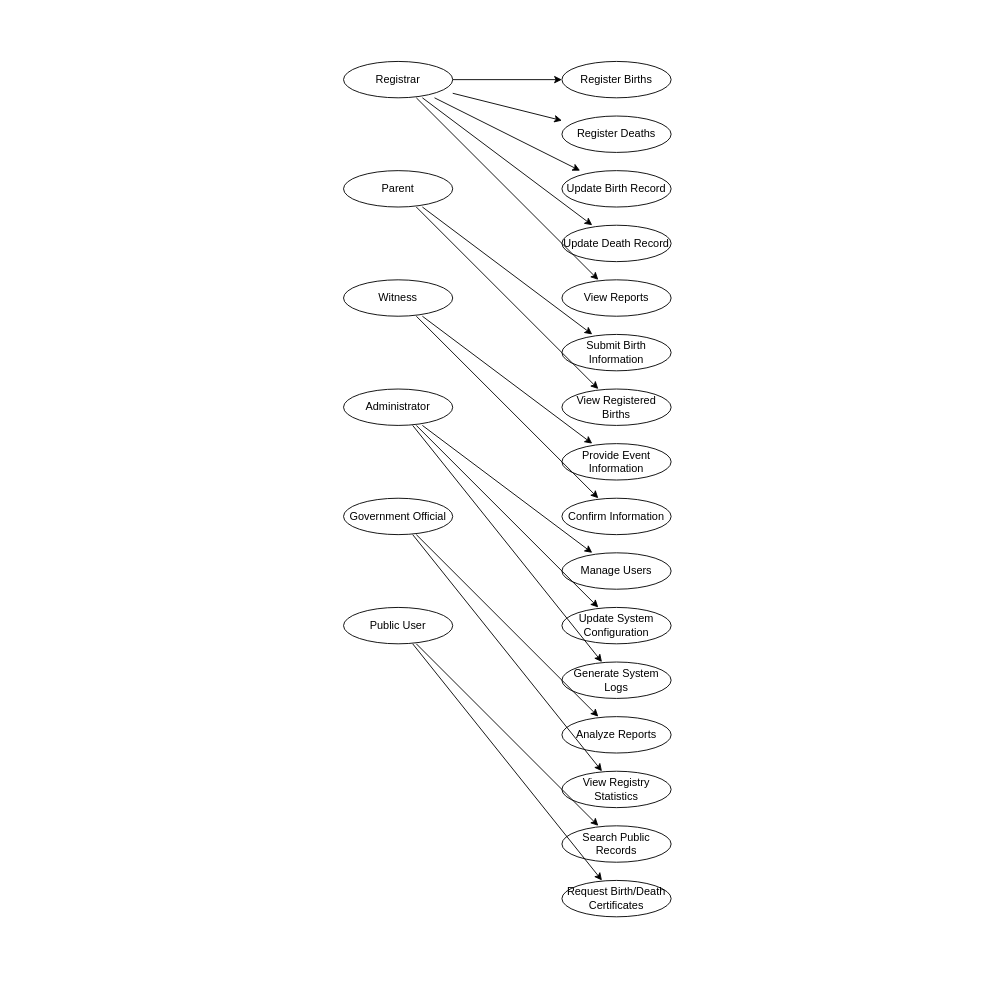
brabentil/database_diagrams keeps this draw.io diagram as DBRegistryUseCaseDiagram.drawio. Above is the earlier version. Source tidied: cells renumbered, new cells numbered last; positions are measured from the earlier drawing's top-left corner, leaving out a move shared by most shapes. Both pictures are drawn from the tidied source at 91%, with x=0, y=0 at pixel (343, 61).
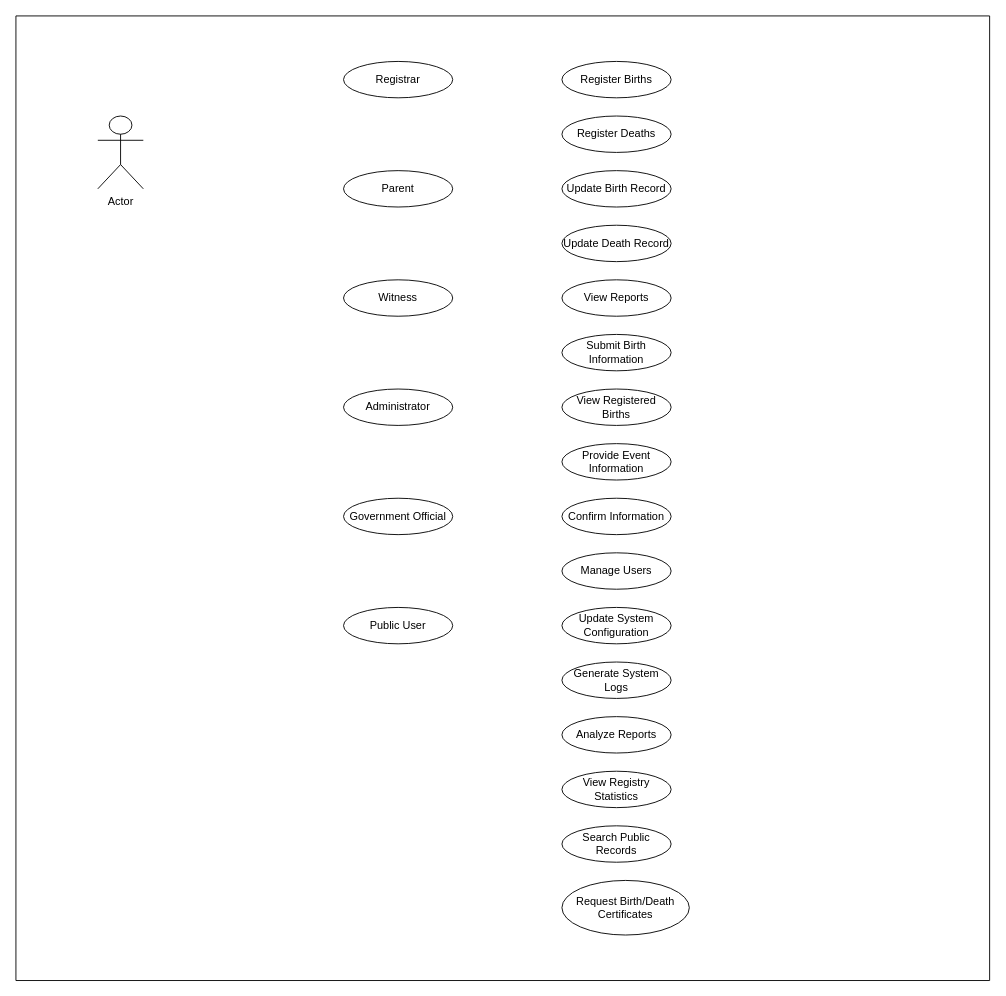
The same page after the edit.

The change refers to these unchanged cells:
```xml
<mxCell id="2" value="Registrar" style="shape=ellipse;whiteSpace=wrap;html=1;" parent="1" vertex="1">
  <mxGeometry width="120" height="40" as="geometry" />
</mxCell>
<mxCell id="3" value="Parent" style="shape=ellipse;whiteSpace=wrap;html=1;" parent="1" vertex="1">
  <mxGeometry y="120" width="120" height="40" as="geometry" />
</mxCell>
<mxCell id="4" value="Witness" style="shape=ellipse;whiteSpace=wrap;html=1;" parent="1" vertex="1">
  <mxGeometry y="240" width="120" height="40" as="geometry" />
</mxCell>
<mxCell id="5" value="Administrator" style="shape=ellipse;whiteSpace=wrap;html=1;" parent="1" vertex="1">
  <mxGeometry y="360" width="120" height="40" as="geometry" />
</mxCell>
<mxCell id="6" value="Government Official" style="shape=ellipse;whiteSpace=wrap;html=1;" parent="1" vertex="1">
  <mxGeometry y="480" width="120" height="40" as="geometry" />
</mxCell>
<mxCell id="7" value="Public User" style="shape=ellipse;whiteSpace=wrap;html=1;" parent="1" vertex="1">
  <mxGeometry y="600" width="120" height="40" as="geometry" />
</mxCell>
<mxCell id="8" value="Register Births" style="shape=ellipse;whiteSpace=wrap;html=1;" parent="1" vertex="1">
  <mxGeometry x="240" width="120" height="40" as="geometry" />
</mxCell>
<mxCell id="9" value="Register Deaths" style="shape=ellipse;whiteSpace=wrap;html=1;" parent="1" vertex="1">
  <mxGeometry x="240" y="60" width="120" height="40" as="geometry" />
</mxCell>
<mxCell id="10" value="Update Birth Record" style="shape=ellipse;whiteSpace=wrap;html=1;" parent="1" vertex="1">
  <mxGeometry x="240" y="120" width="120" height="40" as="geometry" />
</mxCell>
<mxCell id="11" value="Update Death Record" style="shape=ellipse;whiteSpace=wrap;html=1;" parent="1" vertex="1">
  <mxGeometry x="240" y="180" width="120" height="40" as="geometry" />
</mxCell>
<mxCell id="12" value="View Reports" style="shape=ellipse;whiteSpace=wrap;html=1;" parent="1" vertex="1">
  <mxGeometry x="240" y="240" width="120" height="40" as="geometry" />
</mxCell>
<mxCell id="13" value="Submit Birth Information" style="shape=ellipse;whiteSpace=wrap;html=1;" parent="1" vertex="1">
  <mxGeometry x="240" y="300" width="120" height="40" as="geometry" />
</mxCell>
<mxCell id="14" value="View Registered Births" style="shape=ellipse;whiteSpace=wrap;html=1;" parent="1" vertex="1">
  <mxGeometry x="240" y="360" width="120" height="40" as="geometry" />
</mxCell>
<mxCell id="15" value="Provide Event Information" style="shape=ellipse;whiteSpace=wrap;html=1;" parent="1" vertex="1">
  <mxGeometry x="240" y="420" width="120" height="40" as="geometry" />
</mxCell>
<mxCell id="16" value="Confirm Information" style="shape=ellipse;whiteSpace=wrap;html=1;" parent="1" vertex="1">
  <mxGeometry x="240" y="480" width="120" height="40" as="geometry" />
</mxCell>
<mxCell id="17" value="Manage Users" style="shape=ellipse;whiteSpace=wrap;html=1;" parent="1" vertex="1">
  <mxGeometry x="240" y="540" width="120" height="40" as="geometry" />
</mxCell>
<mxCell id="18" value="Update System Configuration" style="shape=ellipse;whiteSpace=wrap;html=1;" parent="1" vertex="1">
  <mxGeometry x="240" y="600" width="120" height="40" as="geometry" />
</mxCell>
<mxCell id="19" value="Generate System Logs" style="shape=ellipse;whiteSpace=wrap;html=1;" parent="1" vertex="1">
  <mxGeometry x="240" y="660" width="120" height="40" as="geometry" />
</mxCell>
<mxCell id="20" value="Analyze Reports" style="shape=ellipse;whiteSpace=wrap;html=1;" parent="1" vertex="1">
  <mxGeometry x="240" y="720" width="120" height="40" as="geometry" />
</mxCell>
<mxCell id="21" value="View Registry Statistics" style="shape=ellipse;whiteSpace=wrap;html=1;" parent="1" vertex="1">
  <mxGeometry x="240" y="780" width="120" height="40" as="geometry" />
</mxCell>
<mxCell id="22" value="Search Public Records" style="shape=ellipse;whiteSpace=wrap;html=1;" parent="1" vertex="1">
  <mxGeometry x="240" y="840" width="120" height="40" as="geometry" />
</mxCell>
```

Change to the diagram source:
```diff
@@
     <mxCell id="23" value="Request Birth/Death Certificates" style="shape=ellipse;whiteSpace=wrap;html=1;" parent="1" vertex="1">
-      <mxGeometry x="240" y="900" width="120" height="40" as="geometry" />
+      <mxGeometry x="240" y="900" width="140" height="60" as="geometry" />
     </mxCell>
-    <mxCell id="24" parent="1" edge="1" source="2" target="8">
-      <mxGeometry relative="1" as="geometry" />
-    </mxCell>
-    <mxCell id="25" parent="1" edge="1" source="2" target="9">
-      <mxGeometry relative="1" as="geometry" />
-    </mxCell>
-    <mxCell id="26" parent="1" edge="1" source="2" target="10">
-      <mxGeometry relative="1" as="geometry" />
-    </mxCell>
-    <mxCell id="27" parent="1" edge="1" source="2" target="11">
-      <mxGeometry relative="1" as="geometry" />
-    </mxCell>
-    <mxCell id="28" parent="1" edge="1" source="2" target="12">
-      <mxGeometry relative="1" as="geometry" />
-    </mxCell>
-    <mxCell id="29" parent="1" edge="1" source="3" target="13">
-      <mxGeometry relative="1" as="geometry" />
-    </mxCell>
-    <mxCell id="30" parent="1" edge="1" source="3" target="14">
-      <mxGeometry relative="1" as="geometry" />
-    </mxCell>
-    <mxCell id="31" parent="1" edge="1" source="4" target="15">
-      <mxGeometry relative="1" as="geometry" />
-    </mxCell>
-    <mxCell id="32" parent="1" edge="1" source="4" target="16">
-      <mxGeometry relative="1" as="geometry" />
-    </mxCell>
-    <mxCell id="33" parent="1" edge="1" source="5" target="17">
-      <mxGeometry relative="1" as="geometry" />
-    </mxCell>
-    <mxCell id="34" parent="1" edge="1" source="5" target="18">
-      <mxGeometry relative="1" as="geometry" />
-    </mxCell>
-    <mxCell id="35" parent="1" edge="1" source="5" target="19">
-      <mxGeometry relative="1" as="geometry" />
-    </mxCell>
-    <mxCell id="36" parent="1" edge="1" source="6" target="20">
-      <mxGeometry relative="1" as="geometry" />
-    </mxCell>
-    <mxCell id="37" parent="1" edge="1" source="6" target="21">
-      <mxGeometry relative="1" as="geometry" />
-    </mxCell>
-    <mxCell id="38" parent="1" edge="1" source="7" target="22">
-      <mxGeometry relative="1" as="geometry" />
-    </mxCell>
-    <mxCell id="39" parent="1" edge="1" source="7" target="23">
-      <mxGeometry relative="1" as="geometry" />
-    </mxCell>
+    <mxCell id="40" style="swimlane;startSize=0;" parent="1" vertex="1">
+      <mxGeometry x="-360" y="-50" width="1070" height="1060" as="geometry" />
+    </mxCell>
+    <mxCell id="41" value="Actor" style="shape=umlActor;verticalLabelPosition=bottom;verticalAlign=top;html=1;" parent="40" vertex="1">
+      <mxGeometry x="90" y="110" width="50" height="80" as="geometry" />
+    </mxCell>
```
